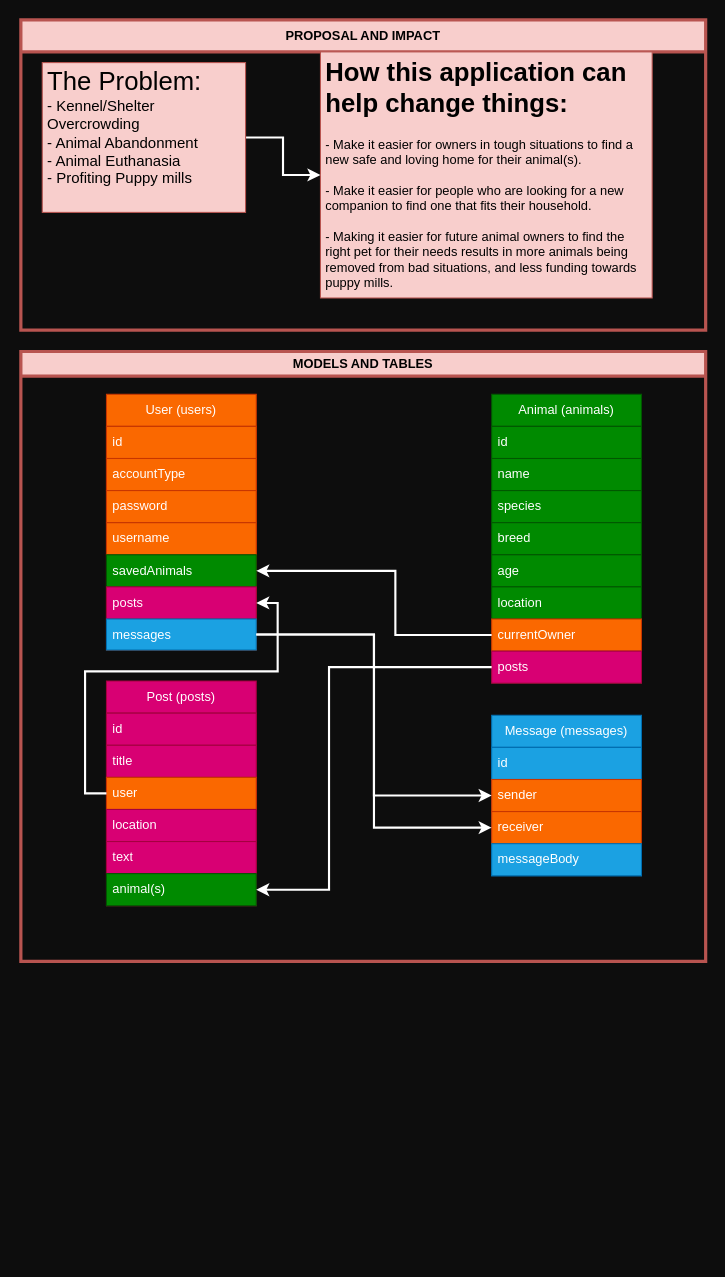
kammau/Animal-Share keeps this draw.io diagram as Untitled Diagram.drawio. Above is the earlier version. Source tidied: cells renumbered, new cells numbered last; positions are measured from the earlier drawing's top-left corner, leaving out a move shared by most shapes. Both pictures are drawn from the tidied source at 107%, with x=0, y=0 at pixel (20, 19).
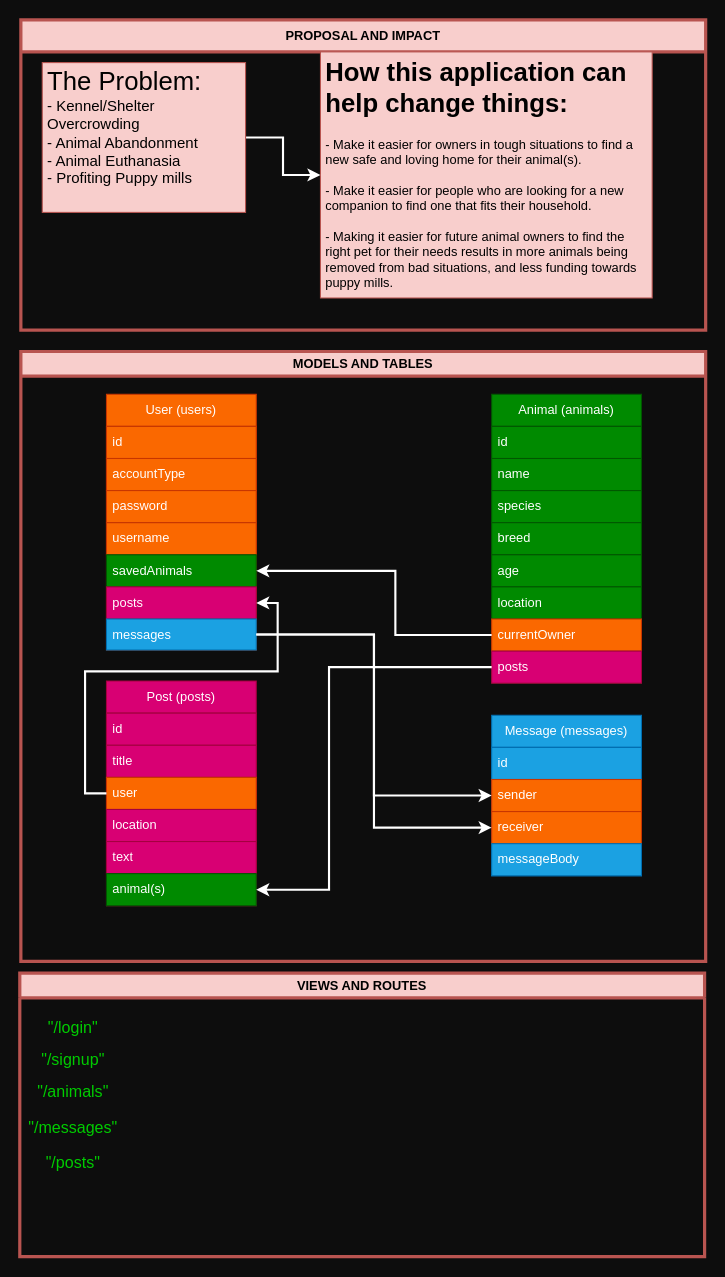
The same diagram, later.

Change to the diagram source:
```diff
@@
+    <mxCell id="41" value="VIEWS AND ROUTES" style="swimlane;whiteSpace=wrap;html=1;fillColor=#f8cecc;strokeColor=#b85450;strokeWidth=3;" parent="1" vertex="1">
+      <mxGeometry x="-1" y="891" width="640" height="265" as="geometry" />
+    </mxCell>
+    <mxCell id="42" value="&lt;font style=&quot;font-size: 15px;&quot;&gt;&quot;/login&quot;&lt;/font&gt;" style="text;html=1;strokeColor=none;fillColor=none;align=center;verticalAlign=middle;whiteSpace=wrap;rounded=0;fontColor=#00CC00;" parent="41" vertex="1">
+      <mxGeometry x="20" y="35" width="60" height="30" as="geometry" />
+    </mxCell>
+    <mxCell id="43" value="&quot;/signup&quot;" style="text;html=1;strokeColor=none;fillColor=none;align=center;verticalAlign=middle;whiteSpace=wrap;rounded=0;fontSize=15;fontColor=#00CC00;" parent="41" vertex="1">
+      <mxGeometry x="20" y="65" width="60" height="30" as="geometry" />
+    </mxCell>
+    <mxCell id="44" value="&quot;/animals&quot;" style="text;html=1;strokeColor=none;fillColor=none;align=center;verticalAlign=middle;whiteSpace=wrap;rounded=0;fontSize=15;fontColor=#00CC00;" parent="41" vertex="1">
+      <mxGeometry x="20" y="95" width="60" height="30" as="geometry" />
+    </mxCell>
+    <mxCell id="45" value="&quot;/messages&quot;" style="text;html=1;strokeColor=none;fillColor=none;align=center;verticalAlign=middle;whiteSpace=wrap;rounded=0;fontSize=15;fontColor=#00CC00;" parent="41" vertex="1">
+      <mxGeometry x="20" y="129" width="60" height="30" as="geometry" />
+    </mxCell>
+    <mxCell id="46" value="&quot;/posts&quot;" style="text;html=1;strokeColor=none;fillColor=none;align=center;verticalAlign=middle;whiteSpace=wrap;rounded=0;fontSize=15;fontColor=#00CC00;" parent="41" vertex="1">
+      <mxGeometry x="20" y="162" width="60" height="30" as="geometry" />
+    </mxCell>
```
